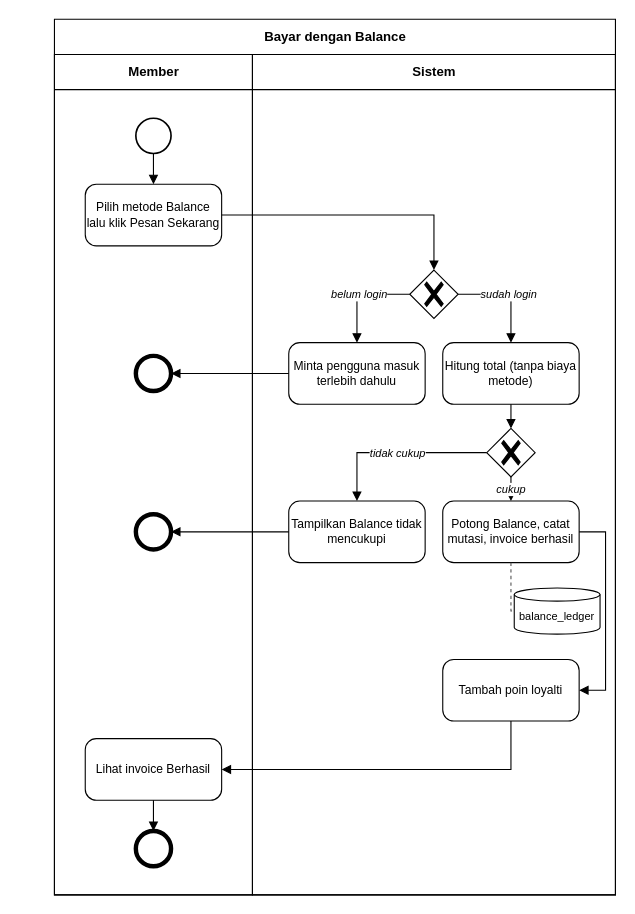
Earlier version of the draw.io diagram page "F-08 FBPMNBayarBalance" (8 of 12) of docs/skpl/bpmn/BPMN valostock.drawio (balaqiang/valostock). Source tidied: cells renumbered, new cells numbered last; positions are measured from the earlier drawing's top-left corner, leaving out a move shared by most shapes. Both pictures are drawn from the tidied source at 110%, with x=0, y=0 at pixel (54, 19).
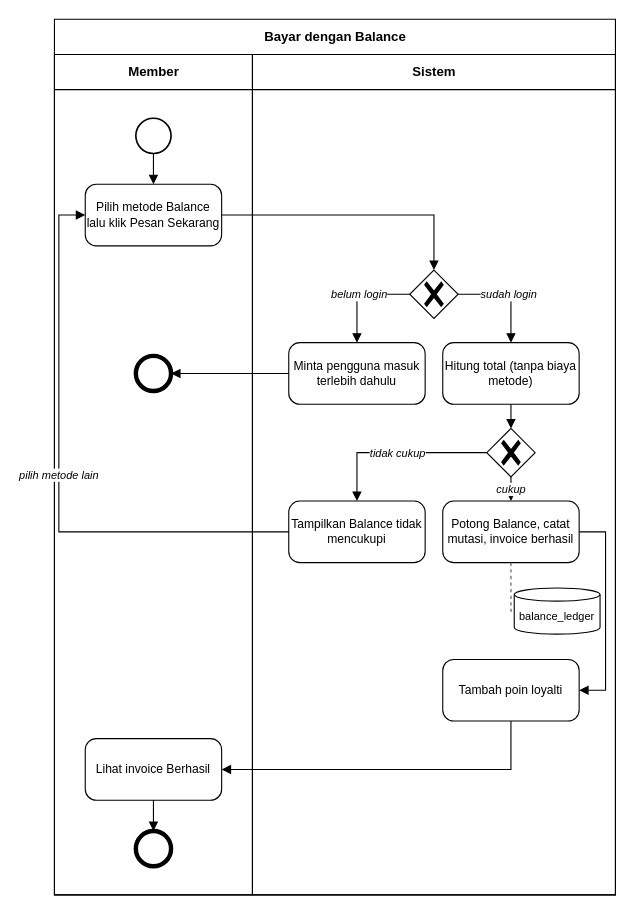
After the change.

Unchanged cells that the change refers to:
```xml
<mxCell id="6" value="Pilih metode Balance lalu klik Pesan Sekarang" style="rounded=1;whiteSpace=wrap;html=1;arcSize=18;fontSize=11;" parent="1" vertex="1">
  <mxGeometry x="28" y="150" width="124" height="56" as="geometry" />
</mxCell>
<mxCell id="12" value="Tampilkan Balance tidak mencukupi" style="rounded=1;whiteSpace=wrap;html=1;arcSize=18;fontSize=11;" parent="1" vertex="1">
  <mxGeometry x="213" y="438" width="124" height="56" as="geometry" />
</mxCell>
```

What changed in the source:
```diff
@@
-    <mxCell id="13" style="ellipse;html=1;strokeWidth=4;verticalLabelPosition=bottom;verticalAlign=top;fontSize=10;" parent="1" vertex="1">
-      <mxGeometry x="74" y="450" width="32" height="32" as="geometry" />
-    </mxCell>
@@
-    <mxCell id="26" style="endArrow=block;endFill=1;edgeStyle=none;rounded=0;html=1;fontStyle=2;fontSize=10;labelBackgroundColor=#ffffff;exitX=0;exitY=0.5;exitDx=0;exitDy=0;entryX=1;entryY=0.5;entryDx=0;entryDy=0;" parent="1" edge="1" source="12" target="13">
-      <mxGeometry relative="1" as="geometry" />
-    </mxCell>
+    <mxCell id="32" value="pilih metode lain" style="endArrow=block;endFill=1;edgeStyle=none;rounded=0;html=1;fontStyle=2;fontSize=10;labelBackgroundColor=#ffffff;exitX=0;exitY=0.5;exitDx=0;exitDy=0;entryX=0;entryY=0.5;entryDx=0;entryDy=0;" parent="1" edge="1" source="12" target="6">
+      <mxGeometry relative="1" as="geometry">
+        <Array as="points">
+          <mxPoint x="4" y="466" />
+          <mxPoint x="4" y="178" />
+        </Array>
+      </mxGeometry>
+    </mxCell>
```
